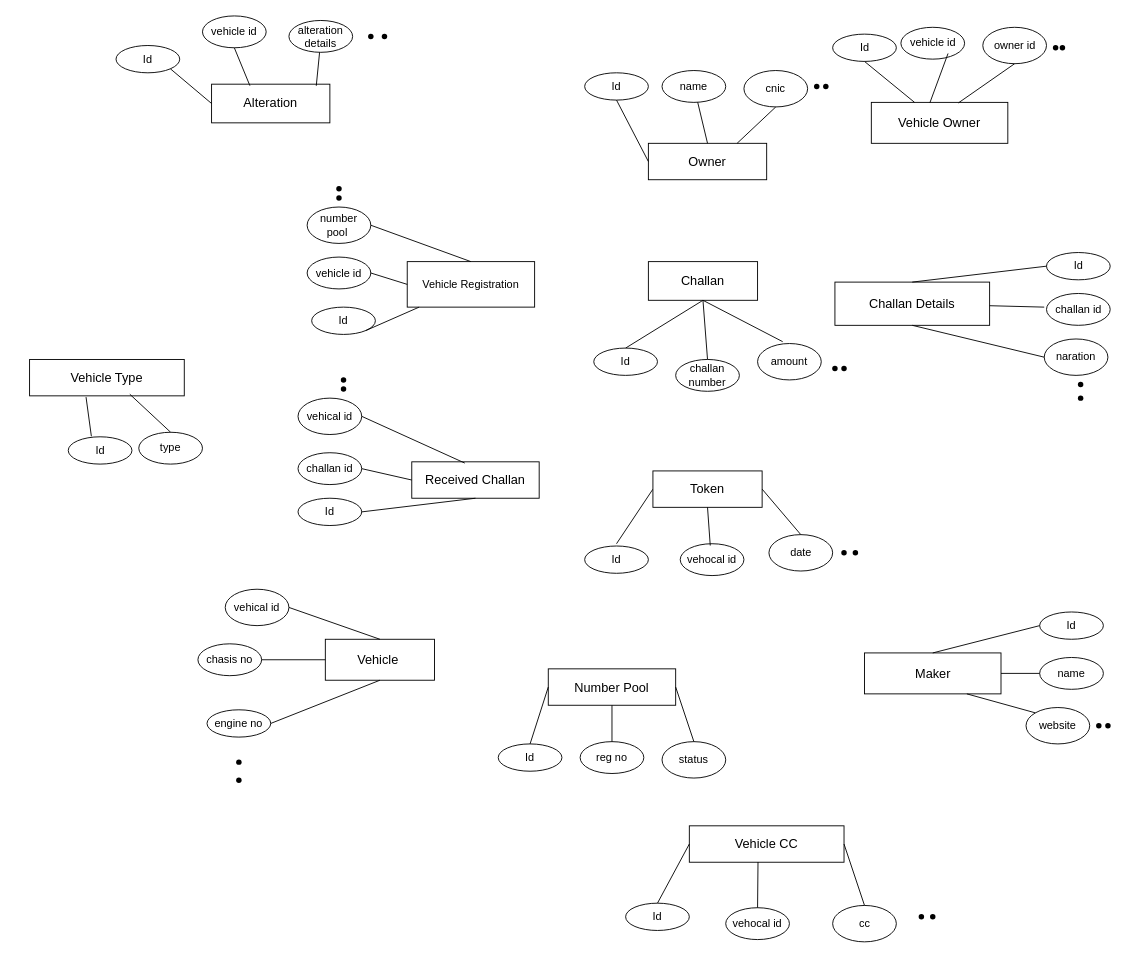
Before: Untitled Diagram.drawio in MunawarJohar/Projects_Diagrams, a draw.io diagram. Source tidied: cells renumbered, new cells numbered last; positions are measured from the earlier drawing's top-left corner, leaving out a move shared by most shapes. Both pictures are drawn from the tidied source at 91%, with x=0, y=0 at pixel (29, 15).
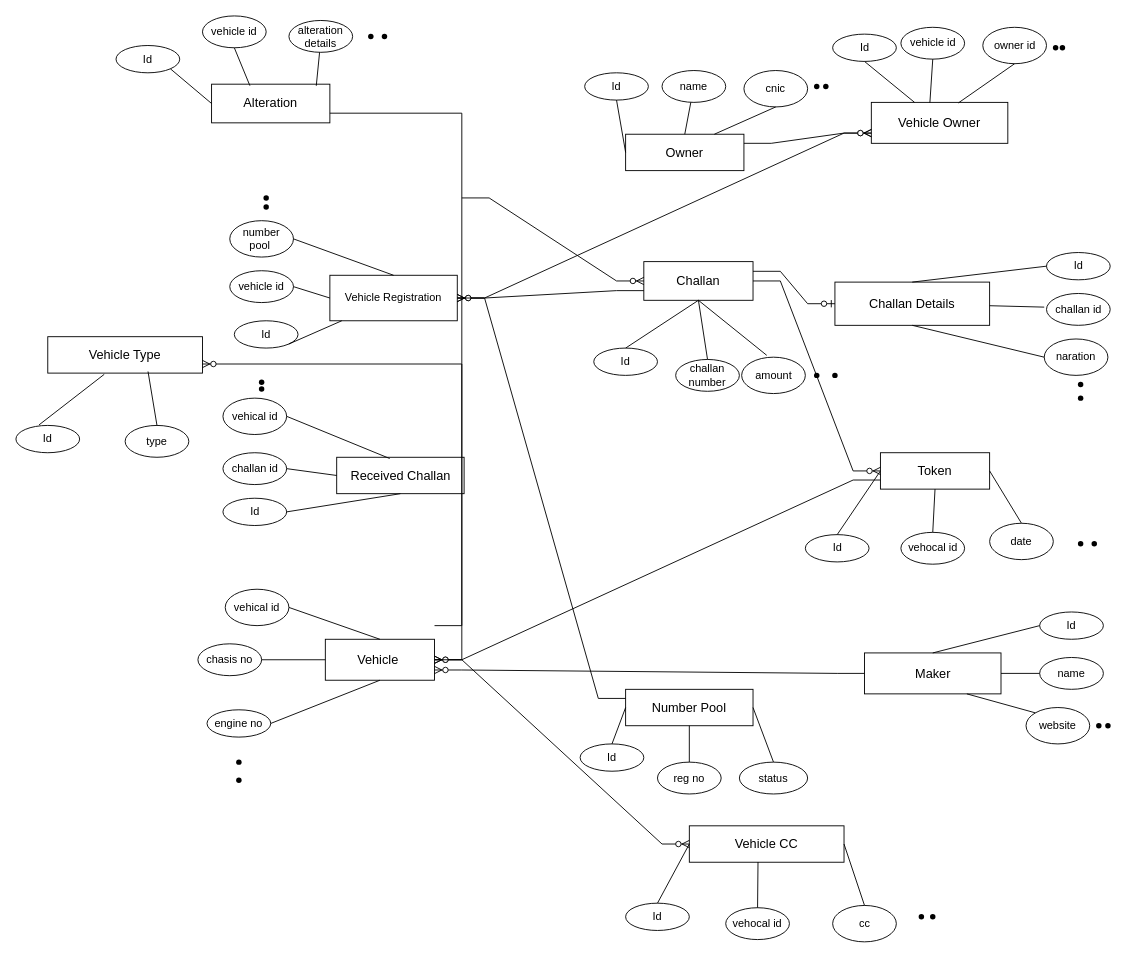
The same page after the edit.

The change refers to these unchanged cells:
```xml
<mxCell id="2" value="&lt;font style=&quot;font-size: 14px;&quot;&gt;Alteration&lt;/font&gt;" style="rounded=0;whiteSpace=wrap;html=1;" parent="1" vertex="1">
  <mxGeometry x="200" y="75" width="130" height="42.5" as="geometry" />
</mxCell>
<mxCell id="4" value="&lt;font style=&quot;font-size: 14px;&quot;&gt;Vehicle Owner&lt;/font&gt;" style="rounded=0;whiteSpace=wrap;html=1;" parent="1" vertex="1">
  <mxGeometry x="925" y="95" width="150" height="45" as="geometry" />
</mxCell>
<mxCell id="7" value="&lt;span style=&quot;font-size: 14px;&quot;&gt;Challan Details&lt;/span&gt;" style="rounded=0;whiteSpace=wrap;html=1;" parent="1" vertex="1">
  <mxGeometry x="885" y="292.5" width="170" height="47.5" as="geometry" />
</mxCell>
<mxCell id="10" value="&lt;span style=&quot;font-size: 14px;&quot;&gt;Vehicle&amp;nbsp;&lt;/span&gt;" style="rounded=0;whiteSpace=wrap;html=1;" parent="1" vertex="1">
  <mxGeometry x="325" y="685" width="120" height="45" as="geometry" />
</mxCell>
<mxCell id="12" value="&lt;span style=&quot;font-size: 14px;&quot;&gt;Maker&lt;/span&gt;" style="rounded=0;whiteSpace=wrap;html=1;" parent="1" vertex="1">
  <mxGeometry x="917.5" y="700" width="150" height="45" as="geometry" />
</mxCell>
<mxCell id="13" value="&lt;span style=&quot;font-size: 14px;&quot;&gt;Vehicle CC&lt;/span&gt;" style="rounded=0;whiteSpace=wrap;html=1;" parent="1" vertex="1">
  <mxGeometry x="725" y="890" width="170" height="40" as="geometry" />
</mxCell>
<mxCell id="24" value="vehicle id" style="ellipse;whiteSpace=wrap;html=1;align=center;" parent="1" vertex="1">
  <mxGeometry x="957.5" y="12.5" width="70" height="35" as="geometry" />
</mxCell>
```

The edit, as a diff of the source:
```diff
@@
     <mxCell id="3" value="&lt;span style=&quot;font-size: 14px;&quot;&gt;Owner&lt;/span&gt;" style="rounded=0;whiteSpace=wrap;html=1;" parent="1" vertex="1">
-      <mxGeometry x="680" y="140" width="130" height="40" as="geometry" />
+      <mxGeometry x="655" y="130" width="130" height="40" as="geometry" />
     </mxCell>
@@
     <mxCell id="5" value="Vehicle Registration" style="rounded=0;whiteSpace=wrap;html=1;" parent="1" vertex="1">
-      <mxGeometry x="415" y="270" width="140" height="50" as="geometry" />
+      <mxGeometry x="330" y="285" width="140" height="50" as="geometry" />
     </mxCell>
     <mxCell id="6" value="&lt;span style=&quot;font-size: 14px;&quot;&gt;Challan&lt;/span&gt;" style="rounded=0;whiteSpace=wrap;html=1;" parent="1" vertex="1">
-      <mxGeometry x="680" y="270" width="120" height="42.5" as="geometry" />
+      <mxGeometry x="675" y="270" width="120" height="42.5" as="geometry" />
     </mxCell>
@@
     <mxCell id="8" value="&lt;span style=&quot;font-size: 14px;&quot;&gt;Received Challan&lt;/span&gt;" style="rounded=0;whiteSpace=wrap;html=1;" parent="1" vertex="1">
-      <mxGeometry x="420" y="490" width="140" height="40" as="geometry" />
+      <mxGeometry x="337.5" y="485" width="140" height="40" as="geometry" />
     </mxCell>
     <mxCell id="9" value="&lt;span style=&quot;font-size: 14px;&quot;&gt;Vehicle Type&lt;/span&gt;" style="rounded=0;whiteSpace=wrap;html=1;" parent="1" vertex="1">
-      <mxGeometry y="377.5" width="170" height="40" as="geometry" />
+      <mxGeometry x="20" y="352.5" width="170" height="40" as="geometry" />
     </mxCell>
@@
     <mxCell id="11" value="&lt;span style=&quot;font-size: 14px;&quot;&gt;Number Pool&lt;/span&gt;" style="rounded=0;whiteSpace=wrap;html=1;" parent="1" vertex="1">
-      <mxGeometry x="570" y="717.5" width="140" height="40" as="geometry" />
+      <mxGeometry x="655" y="740" width="140" height="40" as="geometry" />
     </mxCell>
@@
     <mxCell id="28" value="Id" style="ellipse;whiteSpace=wrap;html=1;align=center;" parent="1" vertex="1">
-      <mxGeometry x="310" y="320" width="70" height="30" as="geometry" />
+      <mxGeometry x="225" y="335" width="70" height="30" as="geometry" />
     </mxCell>
     <mxCell id="29" value="vehicle id" style="ellipse;whiteSpace=wrap;html=1;align=center;" parent="1" vertex="1">
-      <mxGeometry x="305" y="265" width="70" height="35" as="geometry" />
+      <mxGeometry x="220" y="280" width="70" height="35" as="geometry" />
     </mxCell>
     <mxCell id="30" value="number pool&amp;nbsp;" style="ellipse;whiteSpace=wrap;html=1;align=center;" parent="1" vertex="1">
-      <mxGeometry x="305" y="210" width="70" height="40" as="geometry" />
+      <mxGeometry x="220" y="225" width="70" height="40" as="geometry" />
     </mxCell>
     <mxCell id="31" style="shape=waypoint;sketch=0;size=6;fillColor=none;perimeter=centerPerimeter;" parent="1" vertex="1">
-      <mxGeometry x="330" y="180" width="20" height="20" as="geometry" />
+      <mxGeometry x="250" y="190" width="20" height="20" as="geometry" />
     </mxCell>
     <mxCell id="32" style="shape=waypoint;sketch=0;size=6;fillColor=none;perimeter=centerPerimeter;" parent="1" vertex="1">
-      <mxGeometry x="330" y="190" width="20" height="20" as="geometry" />
+      <mxGeometry x="250" y="200" width="20" height="20" as="geometry" />
     </mxCell>
@@
     <mxCell id="38" value="amount" style="ellipse;whiteSpace=wrap;html=1;align=center;" parent="1" vertex="1">
-      <mxGeometry x="800" y="360" width="70" height="40" as="geometry" />
+      <mxGeometry x="782.5" y="375" width="70" height="40" as="geometry" />
     </mxCell>
     <mxCell id="39" style="shape=waypoint;sketch=0;size=6;fillColor=none;perimeter=centerPerimeter;" parent="1" vertex="1">
-      <mxGeometry x="875" y="377.5" width="20" height="20" as="geometry" />
+      <mxGeometry x="875" y="385" width="20" height="20" as="geometry" />
     </mxCell>
     <mxCell id="40" style="shape=waypoint;sketch=0;size=6;fillColor=none;perimeter=centerPerimeter;" parent="1" vertex="1">
-      <mxGeometry x="885" y="377.5" width="20" height="20" as="geometry" />
+      <mxGeometry x="855" y="385" width="20" height="20" as="geometry" />
     </mxCell>
@@
     <mxCell id="44" value="Id" style="ellipse;whiteSpace=wrap;html=1;align=center;" parent="1" vertex="1">
-      <mxGeometry x="295" y="530" width="70" height="30" as="geometry" />
+      <mxGeometry x="212.5" y="530" width="70" height="30" as="geometry" />
     </mxCell>
     <mxCell id="45" value="challan id" style="ellipse;whiteSpace=wrap;html=1;align=center;" parent="1" vertex="1">
-      <mxGeometry x="295" y="480" width="70" height="35" as="geometry" />
+      <mxGeometry x="212.5" y="480" width="70" height="35" as="geometry" />
     </mxCell>
     <mxCell id="46" value="vehical id" style="ellipse;whiteSpace=wrap;html=1;align=center;" parent="1" vertex="1">
-      <mxGeometry x="295" y="420" width="70" height="40" as="geometry" />
+      <mxGeometry x="212.5" y="420" width="70" height="40" as="geometry" />
     </mxCell>
     <mxCell id="47" style="shape=waypoint;sketch=0;size=6;fillColor=none;perimeter=centerPerimeter;" parent="1" vertex="1">
-      <mxGeometry x="335" y="390" width="20" height="20" as="geometry" />
+      <mxGeometry x="245" y="392.5" width="20" height="20" as="geometry" />
     </mxCell>
     <mxCell id="48" style="shape=waypoint;sketch=0;size=6;fillColor=none;perimeter=centerPerimeter;" parent="1" vertex="1">
-      <mxGeometry x="335" y="400" width="20" height="20" as="geometry" />
+      <mxGeometry x="245" y="400" width="20" height="20" as="geometry" />
     </mxCell>
@@
     <mxCell id="53" value="Id" style="ellipse;whiteSpace=wrap;html=1;align=center;" parent="1" vertex="1">
-      <mxGeometry x="610" y="582.5" width="70" height="30" as="geometry" />
+      <mxGeometry x="852.5" y="570" width="70" height="30" as="geometry" />
     </mxCell>
     <mxCell id="54" value="vehocal id" style="ellipse;whiteSpace=wrap;html=1;align=center;" parent="1" vertex="1">
-      <mxGeometry x="715" y="580" width="70" height="35" as="geometry" />
+      <mxGeometry x="957.5" y="567.5" width="70" height="35" as="geometry" />
     </mxCell>
     <mxCell id="55" value="date" style="ellipse;whiteSpace=wrap;html=1;align=center;" parent="1" vertex="1">
-      <mxGeometry x="812.5" y="570" width="70" height="40" as="geometry" />
+      <mxGeometry x="1055" y="557.5" width="70" height="40" as="geometry" />
     </mxCell>
     <mxCell id="56" style="shape=waypoint;sketch=0;size=6;fillColor=none;perimeter=centerPerimeter;" parent="1" vertex="1">
-      <mxGeometry x="897.5" y="580" width="20" height="20" as="geometry" />
+      <mxGeometry x="1160" y="570" width="20" height="20" as="geometry" />
     </mxCell>
     <mxCell id="57" style="shape=waypoint;sketch=0;size=6;fillColor=none;perimeter=centerPerimeter;" parent="1" vertex="1">
-      <mxGeometry x="885" y="580" width="20" height="20" as="geometry" />
+      <mxGeometry x="1145" y="570" width="20" height="20" as="geometry" />
     </mxCell>
@@
     <mxCell id="60" value="Id" style="ellipse;whiteSpace=wrap;html=1;align=center;" parent="1" vertex="1">
-      <mxGeometry x="42.5" y="462.5" width="70" height="30" as="geometry" />
+      <mxGeometry x="-15" y="450" width="70" height="30" as="geometry" />
     </mxCell>
     <mxCell id="61" value="type" style="ellipse;whiteSpace=wrap;html=1;align=center;" parent="1" vertex="1">
-      <mxGeometry x="120" y="457.5" width="70" height="35" as="geometry" />
+      <mxGeometry x="105" y="450" width="70" height="35" as="geometry" />
     </mxCell>
@@
     <mxCell id="72" value="Id" style="ellipse;whiteSpace=wrap;html=1;align=center;" parent="1" vertex="1">
-      <mxGeometry x="515" y="800" width="70" height="30" as="geometry" />
+      <mxGeometry x="605" y="800" width="70" height="30" as="geometry" />
     </mxCell>
     <mxCell id="73" value="reg no" style="ellipse;whiteSpace=wrap;html=1;align=center;" parent="1" vertex="1">
-      <mxGeometry x="605" y="797.5" width="70" height="35" as="geometry" />
+      <mxGeometry x="690" y="820" width="70" height="35" as="geometry" />
     </mxCell>
     <mxCell id="74" value="status" style="ellipse;whiteSpace=wrap;html=1;align=center;" parent="1" vertex="1">
-      <mxGeometry x="695" y="797.5" width="70" height="40" as="geometry" />
+      <mxGeometry x="780" y="820" width="75" height="35" as="geometry" />
     </mxCell>
@@
-    <mxCell id="90" style="endArrow=none;html=1;rounded=0;" parent="1" edge="1" source="92">
-      <mxGeometry relative="1" as="geometry">
-        <mxPoint x="805" y="530" as="targetPoint" />
-      </mxGeometry>
-    </mxCell>
-    <mxCell id="91" style="endArrow=none;html=1;rounded=0;entryX=0;entryY=0.5;entryDx=0;entryDy=0;" parent="1" edge="1" target="92">
-      <mxGeometry relative="1" as="geometry">
-        <mxPoint x="645" y="580" as="sourcePoint" />
-      </mxGeometry>
+    <mxCell id="91" style="endArrow=none;html=1;rounded=0;entryX=0;entryY=0.5;entryDx=0;entryDy=0;exitX=0.5;exitY=0;exitDx=0;exitDy=0;" parent="1" edge="1" source="53" target="92">
+      <mxGeometry relative="1" as="geometry" />
     </mxCell>
     <mxCell id="92" value="&lt;span style=&quot;font-size: 14px;&quot;&gt;Token&lt;/span&gt;" style="rounded=0;whiteSpace=wrap;html=1;" parent="1" vertex="1">
-      <mxGeometry x="685" y="500" width="120" height="40" as="geometry" />
+      <mxGeometry x="935" y="480" width="120" height="40" as="geometry" />
     </mxCell>
-    <mxCell id="93" style="endArrow=none;html=1;rounded=0;entryX=0.416;entryY=0.034;entryDx=0;entryDy=0;entryPerimeter=0;exitX=0.5;exitY=1;exitDx=0;exitDy=0;" parent="1" edge="1" source="92">
-      <mxGeometry relative="1" as="geometry">
-        <mxPoint x="748" y="582" as="targetPoint" />
-      </mxGeometry>
+    <mxCell id="93" style="endArrow=none;html=1;rounded=0;entryX=0.5;entryY=0;entryDx=0;entryDy=0;exitX=0.5;exitY=1;exitDx=0;exitDy=0;" parent="1" edge="1" source="92" target="54">
+      <mxGeometry relative="1" as="geometry" />
     </mxCell>
@@
-    <mxCell id="113" style="endArrow=none;html=1;rounded=0;entryX=0.74;entryY=0.822;entryDx=0;entryDy=0;entryPerimeter=0;exitX=0.429;exitY=0.01;exitDx=0;exitDy=0;exitPerimeter=0;" parent="1" edge="1" source="4" target="24">
+    <mxCell id="113" style="endArrow=none;html=1;rounded=0;entryX=0.5;entryY=1;entryDx=0;entryDy=0;exitX=0.429;exitY=0.01;exitDx=0;exitDy=0;exitPerimeter=0;" parent="1" edge="1" source="4" target="24">
       <mxGeometry relative="1" as="geometry" />
     </mxCell>
@@
+    <mxCell id="115" style="edgeStyle=entityRelationEdgeStyle;fontSize=12;html=1;endArrow=ERzeroToMany;endFill=1;rounded=0;exitX=1;exitY=0.75;exitDx=0;exitDy=0;" parent="1" edge="1" source="2" target="10">
+      <mxGeometry relative="1" as="geometry">
+        <Array as="points">
+          <mxPoint x="325" y="150" />
+          <mxPoint x="365" y="120" />
+          <mxPoint x="575" y="450" />
+          <mxPoint x="245" y="150" />
+        </Array>
+      </mxGeometry>
+    </mxCell>
+    <mxCell id="116" style="edgeStyle=entityRelationEdgeStyle;fontSize=12;html=1;endArrow=ERzeroToMany;endFill=1;rounded=0;entryX=0;entryY=0.5;entryDx=0;entryDy=0;" parent="1" edge="1" target="6">
+      <mxGeometry relative="1" as="geometry">
+        <mxPoint x="475" y="200" as="sourcePoint" />
+        <Array as="points">
+          <mxPoint x="395" y="120" />
+          <mxPoint x="495" y="220" />
+          <mxPoint x="455" y="110" />
+          <mxPoint x="475" y="210" />
+          <mxPoint x="475" y="230" />
+        </Array>
+      </mxGeometry>
+    </mxCell>
+    <mxCell id="117" style="edgeStyle=entityRelationEdgeStyle;fontSize=12;html=1;endArrow=ERzeroToMany;endFill=1;rounded=0;entryX=0;entryY=0.5;entryDx=0;entryDy=0;" parent="1" edge="1" source="6" target="92">
+      <mxGeometry relative="1" as="geometry" />
+    </mxCell>
+    <mxCell id="118" style="edgeStyle=entityRelationEdgeStyle;fontSize=12;html=1;endArrow=ERzeroToMany;endFill=1;rounded=0;entryX=1;entryY=0.5;entryDx=0;entryDy=0;exitX=0;exitY=0.75;exitDx=0;exitDy=0;" parent="1" edge="1" source="6" target="5">
+      <mxGeometry relative="1" as="geometry">
+        <Array as="points">
+          <mxPoint x="625" y="480" />
+          <mxPoint x="565" y="360" />
+        </Array>
+      </mxGeometry>
+    </mxCell>
+    <mxCell id="119" style="edgeStyle=entityRelationEdgeStyle;fontSize=12;html=1;endArrow=ERzeroToMany;endFill=1;rounded=0;entryX=1;entryY=0.5;entryDx=0;entryDy=0;exitX=0;exitY=0.75;exitDx=0;exitDy=0;" parent="1" edge="1" source="92" target="10">
+      <mxGeometry relative="1" as="geometry">
+        <Array as="points">
+          <mxPoint x="905" y="518" />
+          <mxPoint x="922" y="510" />
+          <mxPoint x="465" y="708" />
+          <mxPoint x="455" y="708" />
+          <mxPoint x="965" y="500" />
+          <mxPoint x="455" y="700" />
+        </Array>
+      </mxGeometry>
+    </mxCell>
+    <mxCell id="120" style="edgeStyle=entityRelationEdgeStyle;fontSize=12;html=1;endArrow=ERzeroToMany;endFill=1;rounded=0;exitX=0;exitY=0.5;exitDx=0;exitDy=0;entryX=1;entryY=0.75;entryDx=0;entryDy=0;" parent="1" edge="1" source="12" target="10">
+      <mxGeometry relative="1" as="geometry">
+        <Array as="points">
+          <mxPoint x="875" y="700" />
+        </Array>
+      </mxGeometry>
+    </mxCell>
+    <mxCell id="121" style="edgeStyle=entityRelationEdgeStyle;fontSize=12;html=1;endArrow=ERzeroToMany;endFill=1;rounded=0;entryX=1;entryY=0.5;entryDx=0;entryDy=0;exitX=0;exitY=0.25;exitDx=0;exitDy=0;" parent="1" edge="1" source="11" target="5">
+      <mxGeometry relative="1" as="geometry">
+        <Array as="points">
+          <mxPoint x="475" y="300" />
+          <mxPoint x="486" y="310" />
+        </Array>
+      </mxGeometry>
+    </mxCell>
+    <mxCell id="122" style="edgeStyle=entityRelationEdgeStyle;fontSize=12;html=1;endArrow=ERzeroToMany;endFill=1;rounded=0;entryX=0;entryY=0.5;entryDx=0;entryDy=0;exitX=1;exitY=0.5;exitDx=0;exitDy=0;" parent="1" edge="1" source="10" target="13">
+      <mxGeometry relative="1" as="geometry">
+        <Array as="points">
+          <mxPoint x="385" y="774" />
+          <mxPoint x="385" y="734" />
+          <mxPoint x="480" y="914" />
+          <mxPoint x="470" y="904" />
+          <mxPoint x="440" y="944" />
+        </Array>
+      </mxGeometry>
+    </mxCell>
+    <mxCell id="123" style="edgeStyle=entityRelationEdgeStyle;fontSize=12;html=1;endArrow=ERzeroToMany;endFill=1;rounded=0;entryX=0;entryY=0.75;entryDx=0;entryDy=0;exitX=1;exitY=0.25;exitDx=0;exitDy=0;" parent="1" edge="1" source="3" target="4">
+      <mxGeometry relative="1" as="geometry">
+        <Array as="points">
+          <mxPoint x="805" y="160" />
+          <mxPoint x="825" y="220" />
+          <mxPoint x="865" y="170" />
+          <mxPoint x="925" y="130" />
+          <mxPoint x="925" y="120" />
+          <mxPoint x="705" y="240" />
+        </Array>
+      </mxGeometry>
+    </mxCell>
+    <mxCell id="124" style="edgeStyle=entityRelationEdgeStyle;fontSize=12;html=1;endArrow=ERzeroToMany;endFill=1;rounded=0;entryX=1;entryY=0.75;entryDx=0;entryDy=0;" parent="1" edge="1" target="9">
+      <mxGeometry relative="1" as="geometry">
+        <mxPoint x="445" y="670" as="sourcePoint" />
+        <Array as="points">
+          <mxPoint x="595" y="630" />
+        </Array>
+      </mxGeometry>
+    </mxCell>
+    <mxCell id="125" style="edgeStyle=entityRelationEdgeStyle;fontSize=12;html=1;endArrow=ERzeroToOne;endFill=1;rounded=0;entryX=0;entryY=0.5;entryDx=0;entryDy=0;exitX=1;exitY=0.25;exitDx=0;exitDy=0;" parent="1" edge="1" source="6" target="7">
+      <mxGeometry relative="1" as="geometry" />
+    </mxCell>
+    <mxCell id="126" style="edgeStyle=entityRelationEdgeStyle;fontSize=12;html=1;endArrow=ERzeroToMany;endFill=1;rounded=0;entryX=0;entryY=0.75;entryDx=0;entryDy=0;exitX=1;exitY=0.5;exitDx=0;exitDy=0;" parent="1" edge="1" source="5" target="4">
+      <mxGeometry relative="1" as="geometry">
+        <Array as="points">
+          <mxPoint x="505" y="280" />
+          <mxPoint x="765" y="240" />
+          <mxPoint x="715" y="230" />
+        </Array>
+      </mxGeometry>
+    </mxCell>
```
